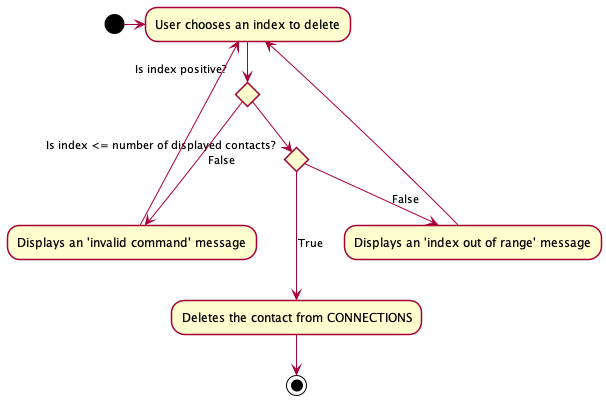
Above: docs/images/DeleteActivityDiagram.png in nus-cs2103-AY2122S1/tp (PlantUML), before the change. Its diagram source:
```plantuml
@startuml
!include style.puml

(*) -> "User chooses an index to delete"
if "Is index positive?"
    if "Is index <= number of displayed contacts?"
        ---> [True] "Deletes the contact from CONNECTIONS"
    else
        --> [False] "Displays an 'index out of range' message"
    endif
else
    ---> [False] "Displays an 'invalid command' message"
endif

"Displays an 'index out of range' message" ----> "User chooses an index to delete"
"Displays an 'invalid command' message" -> "User chooses an index to delete"
"Deletes the contact from CONNECTIONS" --> (*)

@enduml
```
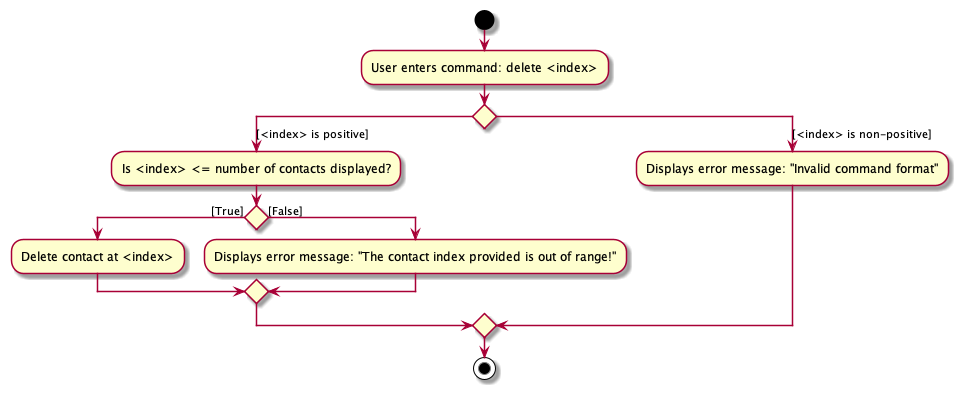
Later version of the same file.

Change to the diagram source:
```diff
@@ -1,19 +1,20 @@
 @startuml
-!include style.puml
 
-(*) -> "User chooses an index to delete"
-if "Is index positive?"
-    if "Is index <= number of displayed contacts?"
-        ---> [True] "Deletes the contact from CONNECTIONS"
-    else
-        --> [False] "Displays an 'index out of range' message"
-    endif
-else
-    ---> [False] "Displays an 'invalid command' message"
-endif
+start
+:User enters command: delete <index>;
+switch()
+case ([<index> is positive])
+  :Is <index> <= number of contacts displayed?;
+  if () then ([True])
+    :Delete contact at <index>;
+  else ([False])
+    :Displays error message: "The contact index provided is out of range!";
+  endif
+case ([<index> is non-positive])
+  :Displays error message: "Invalid command format";
+endswitch
 
-"Displays an 'index out of range' message" ----> "User chooses an index to delete"
-"Displays an 'invalid command' message" -> "User chooses an index to delete"
-"Deletes the contact from CONNECTIONS" --> (*)
+
+stop
 
 @enduml
```
